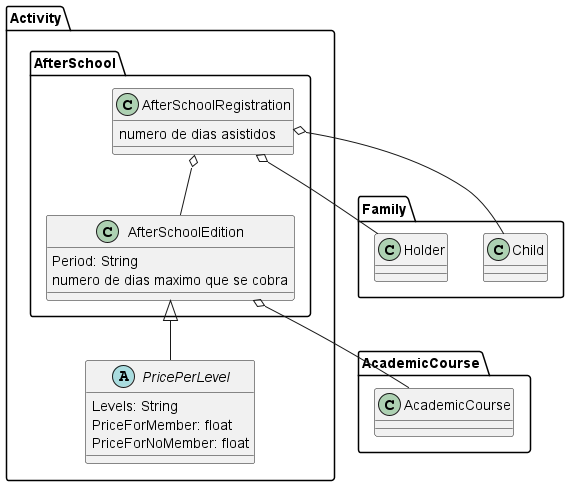
The PlantUML diagram doc/DomainModelDiagram/ActivityPackage/Custody/Custody.png in IgnacioMaestro/ampa-manager, before a commit.
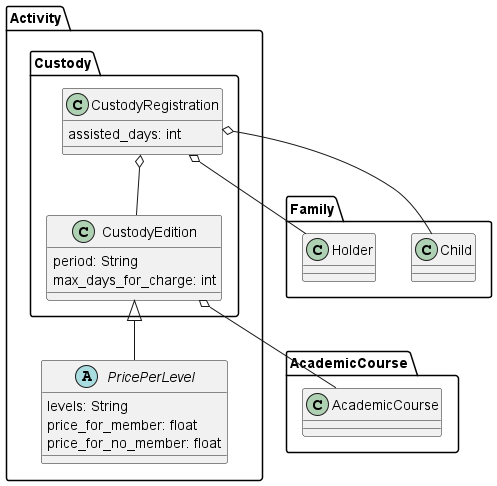
Later version of the same file.

Change to the diagram source:
```diff
@@ -3,34 +3,33 @@
   class AcademicCourse
 }
 package Activity{
-    package AfterSchool{
+    package Custody{
 
-        class AfterSchoolEdition{
-            Period: String
-            numero de dias maximo que se cobra
+        class CustodyEdition{
+            period: String
+            max_days_for_charge: int
         }
-        class AfterSchoolRegistration{
-            numero de dias asistidos
+        class CustodyRegistration{
+            assisted_days: int
         }
 
-        AfterSchoolEdition o-- AcademicCourse
+        CustodyEdition o-- AcademicCourse
 
-        AfterSchoolRegistration o-- AfterSchoolEdition
+        CustodyRegistration o-- CustodyEdition
 
     }
     abstract class PricePerLevel{
-        Levels: String
-        PriceForMember: float
-        PriceForNoMember: float
+        levels: String
+        price_for_member: float
+        price_for_no_member: float
     }
 
-    AfterSchoolEdition <|-- PricePerLevel
+    CustodyEdition <|-- PricePerLevel
 }
 package Family{
     class Child
     class Holder
 }
-AfterSchoolRegistration o-- Child
-AfterSchoolRegistration o-- Holder
-
+CustodyRegistration o-- Child
+CustodyRegistration o-- Holder
 @enduml
```
